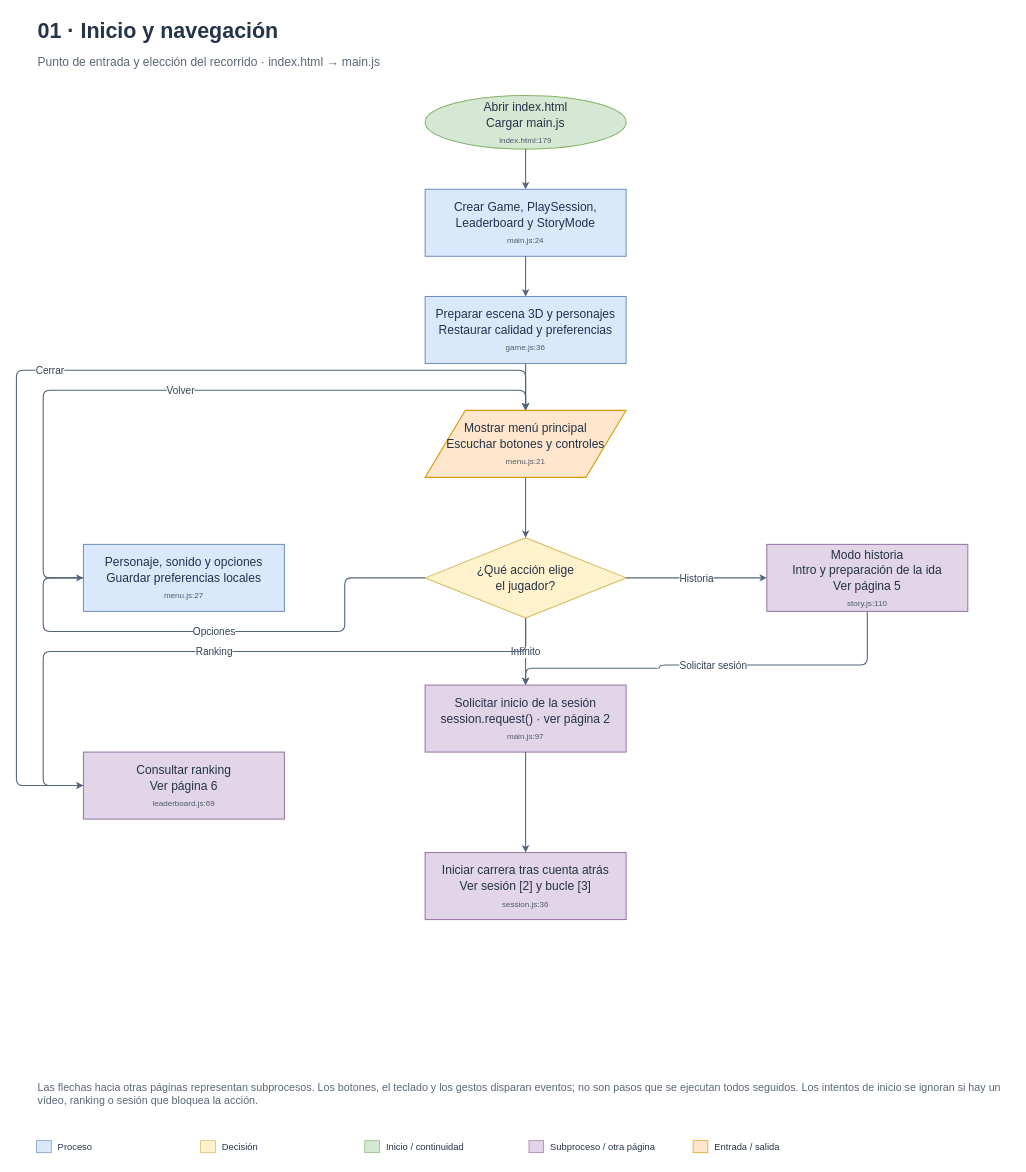
The draw.io diagram page "01 · Inicio y navegación" (1 of 6) of docs/diagrama-flujo.drawio in SESELOVSKYDarian/SubwaySurferReal, before the edit. Source tidied: cells renumbered, new cells numbered last; positions are measured from the earlier drawing's top-left corner, leaving out a move shared by most shapes. Both pictures are drawn from the tidied source at 67%, with x=0, y=0 at pixel (16, 11).
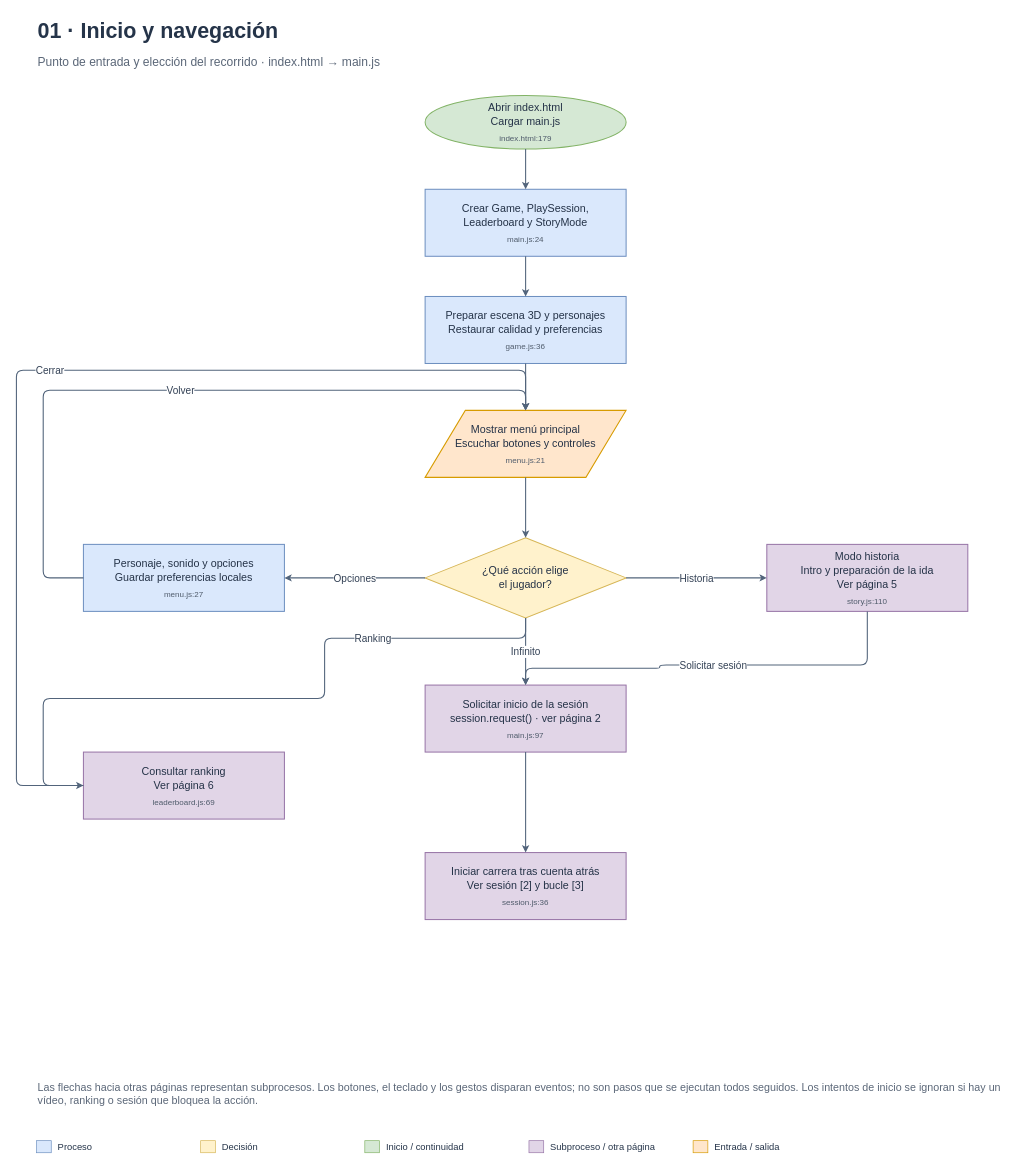
The same page after the edit.

The edit, as a diff of the source:
```diff
@@
-    <mxCell id="4" value="&lt;div style=&quot;font-size:18px;line-height:1.3&quot;&gt;Abrir index.html&lt;br&gt;Cargar main.js&lt;/div&gt;&lt;div style=&quot;font-size:12px;color:#4f5b6b;margin-top:7px&quot;&gt;index.html:179&lt;/div&gt;" style="ellipse;whiteSpace=wrap;html=1;fillColor=#d5e8d4;strokeColor=#82b366;strokeWidth=1.5;fontFamily=Helvetica;fontSize=18;fontColor=#243247;spacing=10;" parent="1" vertex="1">
+    <mxCell id="4" value="&lt;div style=&quot;font-size:16px;line-height:1.3&quot;&gt;Abrir index.html&lt;br&gt;Cargar main.js&lt;/div&gt;&lt;div style=&quot;font-size:12px;color:#4f5b6b;margin-top:7px&quot;&gt;index.html:179&lt;/div&gt;" style="ellipse;whiteSpace=wrap;html=1;fillColor=#d5e8d4;strokeColor=#82b366;strokeWidth=1.5;fontFamily=Helvetica;fontSize=18;fontColor=#243247;spacing=10;" parent="1" vertex="1">
       <mxGeometry x="610" y="125" width="300" height="80" as="geometry" />
     </mxCell>
-    <mxCell id="5" value="&lt;div style=&quot;font-size:18px;line-height:1.3&quot;&gt;Crear Game, PlaySession,&lt;br&gt;Leaderboard y StoryMode&lt;/div&gt;&lt;div style=&quot;font-size:12px;color:#4f5b6b;margin-top:7px&quot;&gt;main.js:24&lt;/div&gt;" style="rounded=0;whiteSpace=wrap;html=1;fillColor=#dae8fc;strokeColor=#6c8ebf;strokeWidth=1.5;fontFamily=Helvetica;fontSize=18;fontColor=#243247;spacing=10;" parent="1" vertex="1">
+    <mxCell id="5" value="&lt;div style=&quot;font-size:16px;line-height:1.3&quot;&gt;Crear Game, PlaySession,&lt;br&gt;Leaderboard y StoryMode&lt;/div&gt;&lt;div style=&quot;font-size:12px;color:#4f5b6b;margin-top:7px&quot;&gt;main.js:24&lt;/div&gt;" style="rounded=0;whiteSpace=wrap;html=1;fillColor=#dae8fc;strokeColor=#6c8ebf;strokeWidth=1.5;fontFamily=Helvetica;fontSize=18;fontColor=#243247;spacing=10;" parent="1" vertex="1">
       <mxGeometry x="610" y="265" width="300" height="100" as="geometry" />
     </mxCell>
-    <mxCell id="6" value="&lt;div style=&quot;font-size:18px;line-height:1.3&quot;&gt;Preparar escena 3D y personajes&lt;br&gt;Restaurar calidad y preferencias&lt;/div&gt;&lt;div style=&quot;font-size:12px;color:#4f5b6b;margin-top:7px&quot;&gt;game.js:36&lt;/div&gt;" style="rounded=0;whiteSpace=wrap;html=1;fillColor=#dae8fc;strokeColor=#6c8ebf;strokeWidth=1.5;fontFamily=Helvetica;fontSize=18;fontColor=#243247;spacing=10;" parent="1" vertex="1">
+    <mxCell id="6" value="&lt;div style=&quot;font-size:16px;line-height:1.3&quot;&gt;Preparar escena 3D y personajes&lt;br&gt;Restaurar calidad y preferencias&lt;/div&gt;&lt;div style=&quot;font-size:12px;color:#4f5b6b;margin-top:7px&quot;&gt;game.js:36&lt;/div&gt;" style="rounded=0;whiteSpace=wrap;html=1;fillColor=#dae8fc;strokeColor=#6c8ebf;strokeWidth=1.5;fontFamily=Helvetica;fontSize=18;fontColor=#243247;spacing=10;" parent="1" vertex="1">
       <mxGeometry x="610" y="425" width="300" height="100" as="geometry" />
     </mxCell>
-    <mxCell id="7" value="&lt;div style=&quot;font-size:18px;line-height:1.3&quot;&gt;Mostrar menú principal&lt;br&gt;Escuchar botones y controles&lt;/div&gt;&lt;div style=&quot;font-size:12px;color:#4f5b6b;margin-top:7px&quot;&gt;menu.js:21&lt;/div&gt;" style="shape=parallelogram;whiteSpace=wrap;html=1;fillColor=#ffe6cc;strokeColor=#d79b00;strokeWidth=1.5;fontFamily=Helvetica;fontSize=18;fontColor=#243247;spacing=10;" parent="1" vertex="1">
+    <mxCell id="7" value="&lt;div style=&quot;font-size:16px;line-height:1.3&quot;&gt;Mostrar menú principal&lt;br&gt;Escuchar botones y controles&lt;/div&gt;&lt;div style=&quot;font-size:12px;color:#4f5b6b;margin-top:7px&quot;&gt;menu.js:21&lt;/div&gt;" style="shape=parallelogram;whiteSpace=wrap;html=1;fillColor=#ffe6cc;strokeColor=#d79b00;strokeWidth=1.5;fontFamily=Helvetica;fontSize=18;fontColor=#243247;spacing=10;" parent="1" vertex="1">
       <mxGeometry x="610" y="595" width="300" height="100" as="geometry" />
     </mxCell>
-    <mxCell id="8" value="&lt;div style=&quot;font-size:18px;line-height:1.3&quot;&gt;¿Qué acción elige&lt;br&gt;el jugador?&lt;/div&gt;" style="rhombus;whiteSpace=wrap;html=1;fillColor=#fff2cc;strokeColor=#d6b656;strokeWidth=1.5;fontFamily=Helvetica;fontSize=18;fontColor=#243247;spacing=10;" parent="1" vertex="1">
+    <mxCell id="8" value="&lt;div style=&quot;font-size:16px;line-height:1.3&quot;&gt;¿Qué acción elige&lt;br&gt;el jugador?&lt;/div&gt;" style="rhombus;whiteSpace=wrap;html=1;fillColor=#fff2cc;strokeColor=#d6b656;strokeWidth=1.5;fontFamily=Helvetica;fontSize=18;fontColor=#243247;spacing=10;" parent="1" vertex="1">
       <mxGeometry x="610" y="785" width="300" height="120" as="geometry" />
     </mxCell>
-    <mxCell id="9" value="&lt;div style=&quot;font-size:18px;line-height:1.3&quot;&gt;Personaje, sonido y opciones&lt;br&gt;Guardar preferencias locales&lt;/div&gt;&lt;div style=&quot;font-size:12px;color:#4f5b6b;margin-top:7px&quot;&gt;menu.js:27&lt;/div&gt;" style="rounded=0;whiteSpace=wrap;html=1;fillColor=#dae8fc;strokeColor=#6c8ebf;strokeWidth=1.5;fontFamily=Helvetica;fontSize=18;fontColor=#243247;spacing=10;" parent="1" vertex="1">
+    <mxCell id="9" value="&lt;div style=&quot;font-size:16px;line-height:1.3&quot;&gt;Personaje, sonido y opciones&lt;br&gt;Guardar preferencias locales&lt;/div&gt;&lt;div style=&quot;font-size:12px;color:#4f5b6b;margin-top:7px&quot;&gt;menu.js:27&lt;/div&gt;" style="rounded=0;whiteSpace=wrap;html=1;fillColor=#dae8fc;strokeColor=#6c8ebf;strokeWidth=1.5;fontFamily=Helvetica;fontSize=18;fontColor=#243247;spacing=10;" parent="1" vertex="1">
       <mxGeometry x="100" y="795" width="300" height="100" as="geometry" />
     </mxCell>
-    <mxCell id="10" value="&lt;div style=&quot;font-size:18px;line-height:1.3&quot;&gt;Solicitar inicio de la sesión&lt;br&gt;session.request() · ver página 2&lt;/div&gt;&lt;div style=&quot;font-size:12px;color:#4f5b6b;margin-top:7px&quot;&gt;main.js:97&lt;/div&gt;" style="rounded=0;whiteSpace=wrap;html=1;fillColor=#e1d5e7;strokeColor=#9673a6;strokeWidth=1.5;fontFamily=Helvetica;fontSize=18;fontColor=#243247;spacing=10;" parent="1" vertex="1">
+    <mxCell id="10" value="&lt;div style=&quot;font-size:16px;line-height:1.3&quot;&gt;Solicitar inicio de la sesión&lt;br&gt;session.request() · ver página 2&lt;/div&gt;&lt;div style=&quot;font-size:12px;color:#4f5b6b;margin-top:7px&quot;&gt;main.js:97&lt;/div&gt;" style="rounded=0;whiteSpace=wrap;html=1;fillColor=#e1d5e7;strokeColor=#9673a6;strokeWidth=1.5;fontFamily=Helvetica;fontSize=18;fontColor=#243247;spacing=10;" parent="1" vertex="1">
       <mxGeometry x="610" y="1005" width="300" height="100" as="geometry" />
     </mxCell>
-    <mxCell id="11" value="&lt;div style=&quot;font-size:18px;line-height:1.3&quot;&gt;Modo historia&lt;br&gt;Intro y preparación de la ida&lt;br&gt;Ver página 5&lt;/div&gt;&lt;div style=&quot;font-size:12px;color:#4f5b6b;margin-top:7px&quot;&gt;story.js:110&lt;/div&gt;" style="rounded=0;whiteSpace=wrap;html=1;fillColor=#e1d5e7;strokeColor=#9673a6;strokeWidth=1.5;fontFamily=Helvetica;fontSize=18;fontColor=#243247;spacing=10;" parent="1" vertex="1">
+    <mxCell id="11" value="&lt;div style=&quot;font-size:16px;line-height:1.3&quot;&gt;Modo historia&lt;br&gt;Intro y preparación de la ida&lt;br&gt;Ver página 5&lt;/div&gt;&lt;div style=&quot;font-size:12px;color:#4f5b6b;margin-top:7px&quot;&gt;story.js:110&lt;/div&gt;" style="rounded=0;whiteSpace=wrap;html=1;fillColor=#e1d5e7;strokeColor=#9673a6;strokeWidth=1.5;fontFamily=Helvetica;fontSize=18;fontColor=#243247;spacing=10;" parent="1" vertex="1">
       <mxGeometry x="1120" y="795" width="300" height="100" as="geometry" />
     </mxCell>
-    <mxCell id="12" value="&lt;div style=&quot;font-size:18px;line-height:1.3&quot;&gt;Consultar ranking&lt;br&gt;Ver página 6&lt;/div&gt;&lt;div style=&quot;font-size:12px;color:#4f5b6b;margin-top:7px&quot;&gt;leaderboard.js:69&lt;/div&gt;" style="rounded=0;whiteSpace=wrap;html=1;fillColor=#e1d5e7;strokeColor=#9673a6;strokeWidth=1.5;fontFamily=Helvetica;fontSize=18;fontColor=#243247;spacing=10;" parent="1" vertex="1">
+    <mxCell id="12" value="&lt;div style=&quot;font-size:16px;line-height:1.3&quot;&gt;Consultar ranking&lt;br&gt;Ver página 6&lt;/div&gt;&lt;div style=&quot;font-size:12px;color:#4f5b6b;margin-top:7px&quot;&gt;leaderboard.js:69&lt;/div&gt;" style="rounded=0;whiteSpace=wrap;html=1;fillColor=#e1d5e7;strokeColor=#9673a6;strokeWidth=1.5;fontFamily=Helvetica;fontSize=18;fontColor=#243247;spacing=10;" parent="1" vertex="1">
       <mxGeometry x="100" y="1105" width="300" height="100" as="geometry" />
     </mxCell>
-    <mxCell id="13" value="&lt;div style=&quot;font-size:18px;line-height:1.3&quot;&gt;Iniciar carrera tras cuenta atrás&lt;br&gt;Ver sesión [2] y bucle [3]&lt;/div&gt;&lt;div style=&quot;font-size:12px;color:#4f5b6b;margin-top:7px&quot;&gt;session.js:36&lt;/div&gt;" style="rounded=0;whiteSpace=wrap;html=1;fillColor=#e1d5e7;strokeColor=#9673a6;strokeWidth=1.5;fontFamily=Helvetica;fontSize=18;fontColor=#243247;spacing=10;" parent="1" vertex="1">
+    <mxCell id="13" value="&lt;div style=&quot;font-size:16px;line-height:1.3&quot;&gt;Iniciar carrera tras cuenta atrás&lt;br&gt;Ver sesión [2] y bucle [3]&lt;/div&gt;&lt;div style=&quot;font-size:12px;color:#4f5b6b;margin-top:7px&quot;&gt;session.js:36&lt;/div&gt;" style="rounded=0;whiteSpace=wrap;html=1;fillColor=#e1d5e7;strokeColor=#9673a6;strokeWidth=1.5;fontFamily=Helvetica;fontSize=18;fontColor=#243247;spacing=10;" parent="1" vertex="1">
       <mxGeometry x="610" y="1255" width="300" height="100" as="geometry" />
     </mxCell>
@@
-    <mxCell id="18" value="Opciones" style="edgeStyle=orthogonalEdgeStyle;rounded=1;jettySize=auto;html=1;endArrow=classic;endFill=1;strokeColor=#52647b;strokeWidth=1.6;fontFamily=Helvetica;fontSize=15;fontColor=#334155;labelBackgroundColor=#ffffff;exitX=0;exitY=0.5;entryX=0;entryY=0.5;" parent="1" edge="1" source="8" target="9">
-      <mxGeometry relative="1" as="geometry">
-        <Array as="points">
-          <mxPoint x="490" y="845" />
-          <mxPoint x="490" y="925" />
-          <mxPoint x="40" y="925" />
-          <mxPoint x="40" y="845" />
-        </Array>
-      </mxGeometry>
+    <mxCell id="18" value="Opciones" style="edgeStyle=orthogonalEdgeStyle;rounded=1;jettySize=auto;html=1;endArrow=classic;endFill=1;strokeColor=#52647b;strokeWidth=1.6;fontFamily=Helvetica;fontSize=15;fontColor=#334155;labelBackgroundColor=#ffffff;exitX=0;exitY=0.5;entryX=1;entryY=0.5;" parent="1" edge="1" source="8" target="9">
+      <mxGeometry relative="1" as="geometry" />
     </mxCell>
@@
     <mxCell id="22" value="Ranking" style="edgeStyle=orthogonalEdgeStyle;rounded=1;jettySize=auto;html=1;endArrow=classic;endFill=1;strokeColor=#52647b;strokeWidth=1.6;fontFamily=Helvetica;fontSize=15;fontColor=#334155;labelBackgroundColor=#ffffff;exitX=0.5;exitY=1;entryX=0;entryY=0.5;" parent="1" edge="1" source="8" target="12">
-      <mxGeometry relative="1" as="geometry">
+      <mxGeometry x="-0.5" relative="1" as="geometry">
         <Array as="points">
-          <mxPoint x="760" y="955" />
-          <mxPoint x="40" y="955" />
+          <mxPoint x="760" y="935" />
+          <mxPoint x="460" y="935" />
+          <mxPoint x="460" y="1025" />
+          <mxPoint x="40" y="1025" />
           <mxPoint x="40" y="1155" />
         </Array>
       </mxGeometry>
     </mxCell>
```
